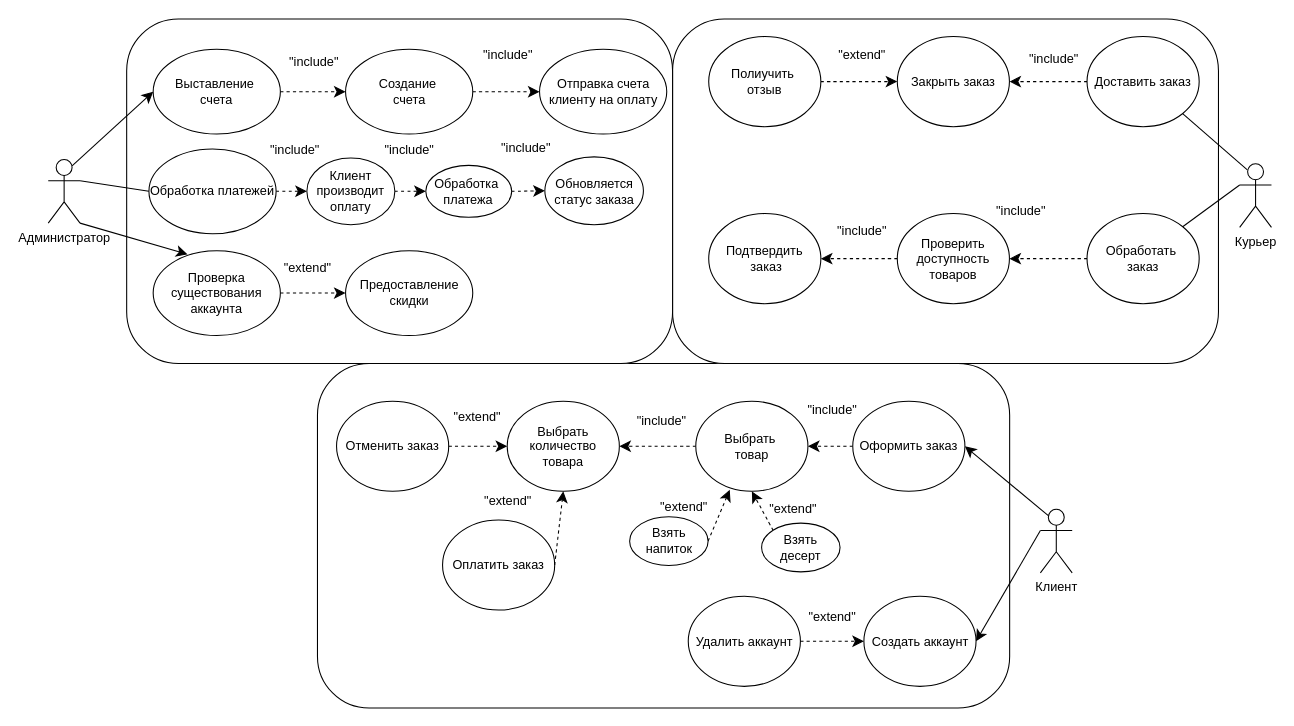
Above: 1.drawio in Helpmepleaseitishard/Aikms (draw.io), before the change. Source tidied: cells renumbered, new cells numbered last; positions are measured from the earlier drawing's top-left corner, leaving out a move shared by most shapes. Both pictures are drawn from the tidied source at 106%, with x=0, y=0 at pixel (48, 18).
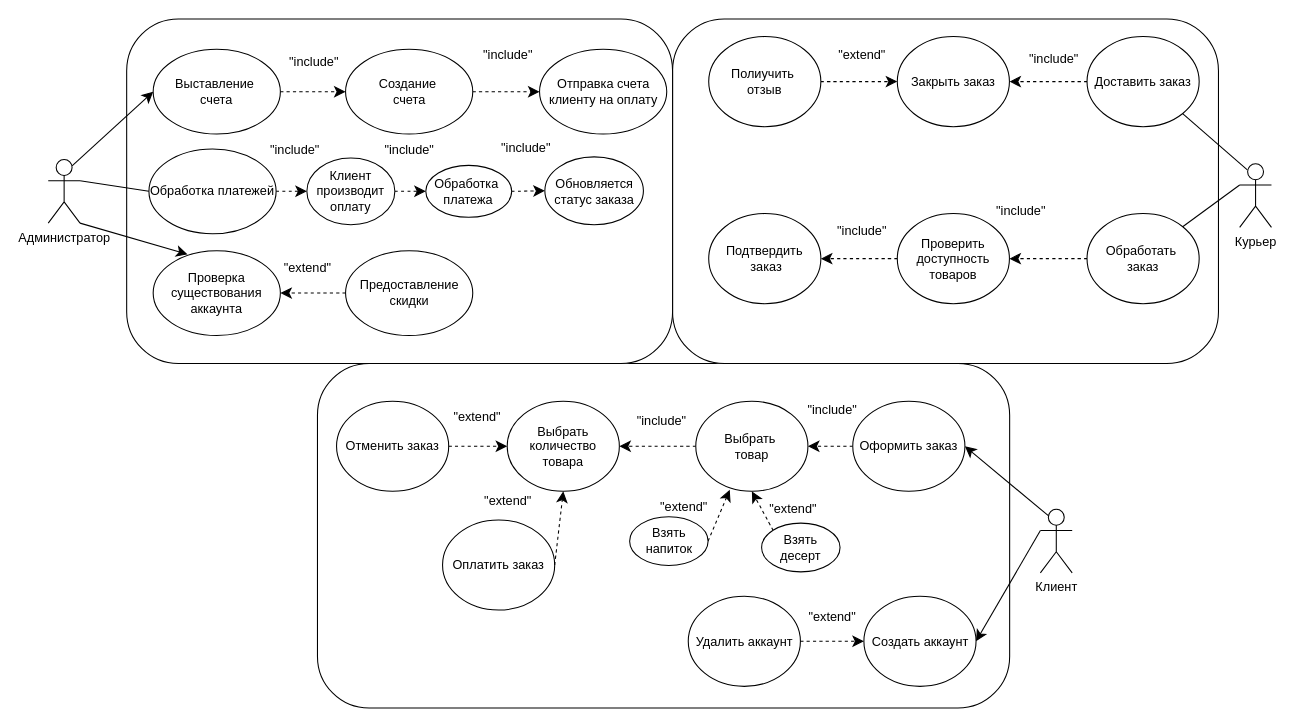
The same page after the edit.

Unchanged cells that the change refers to:
```xml
<mxCell id="70" value="Проверка существования аккаунта" style="ellipse;whiteSpace=wrap;html=1;fontColor=#000000;" parent="1" vertex="1">
  <mxGeometry x="99" y="219" width="120" height="80" as="geometry" />
</mxCell>
<mxCell id="71" value="Предоставление скидки" style="ellipse;whiteSpace=wrap;html=1;fontColor=#000000;" parent="1" vertex="1">
  <mxGeometry x="280.5" y="219" width="120" height="80" as="geometry" />
</mxCell>
```

What changed in the source:
```diff
@@
-    <mxCell id="69" style="edgeStyle=none;curved=1;rounded=0;jettySize=auto;html=1;exitX=1;exitY=0.5;exitDx=0;exitDy=0;entryX=0;entryY=0.5;entryDx=0;entryDy=0;fontSize=12;startSize=8;endSize=8;dashed=1;fontColor=#000000;" parent="1" edge="1" source="70" target="71">
+    <mxCell id="69" style="edgeStyle=none;curved=1;rounded=0;jettySize=auto;html=1;exitX=0;exitY=0.5;exitDx=0;exitDy=0;fontSize=12;startSize=8;endSize=8;dashed=1;fontColor=#000000;entryX=1;entryY=0.5;entryDx=0;entryDy=0;" parent="1" edge="1" source="71" target="70">
       <mxGeometry relative="1" as="geometry" />
     </mxCell>
```
